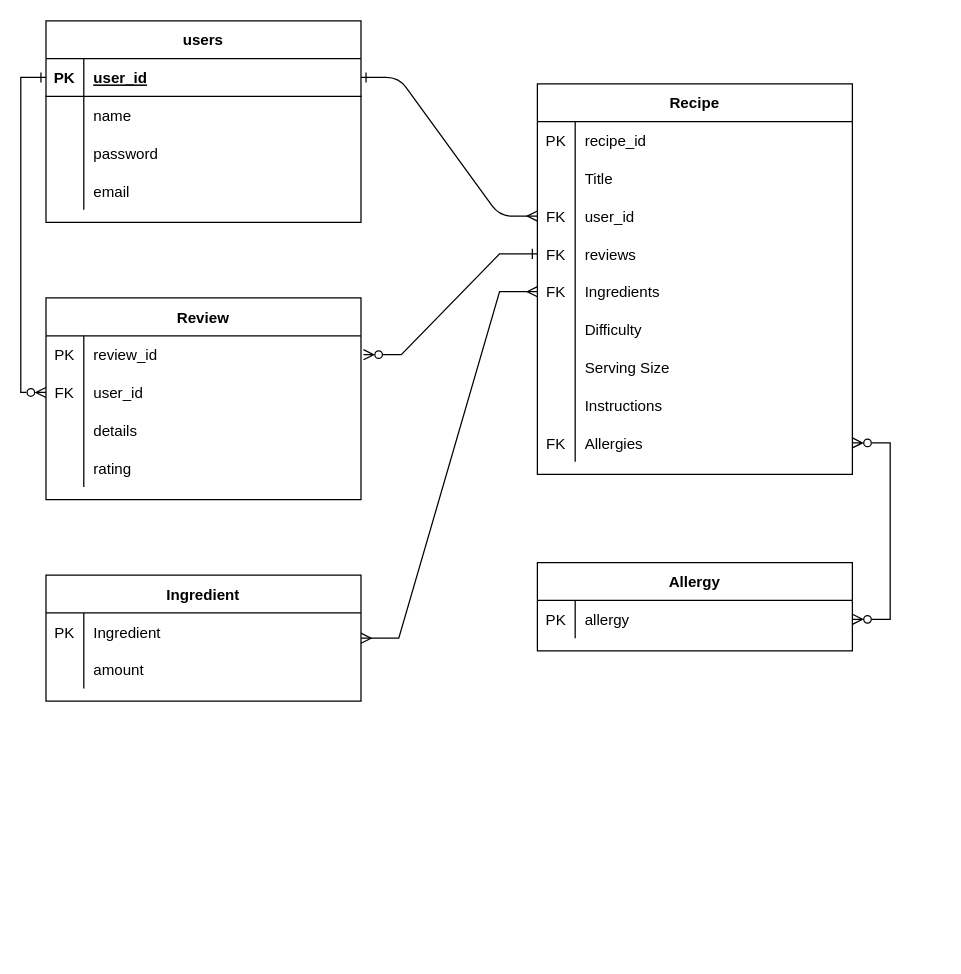
Above: Recipe_api.drawio in BenDavies1218/BenjaminDavies_T2A2 (draw.io), before the change. Source tidied: cells renumbered, new cells numbered last; positions are measured from the earlier drawing's top-left corner, leaving out a move shared by most shapes. Both pictures are drawn from the tidied source at 126%, with x=0, y=0 at pixel (45, 20).
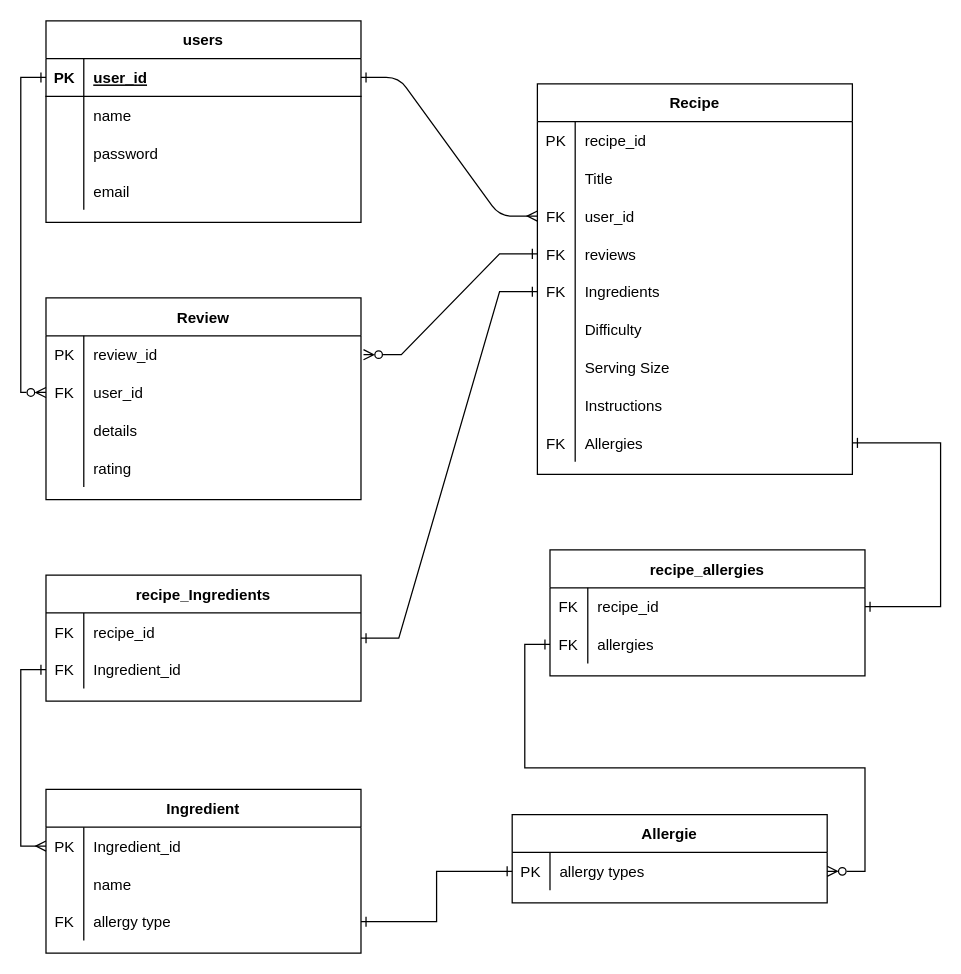
After the change.

The change refers to these unchanged cells:
```xml
<mxCell id="16" style="shape=partialRectangle;fillColor=none;points=[[0,0.5],[1,0.5]];portConstraint=eastwest;top=0;left=0;right=0;bottom=0;" parent="3" vertex="1">
  <mxGeometry y="150" width="250" height="30" as="geometry" />
</mxCell>
<mxCell id="28" style="shape=partialRectangle;fillColor=none;points=[[0,0.5],[1,0.5]];portConstraint=eastwest;top=0;left=0;right=0;bottom=0;" parent="3" vertex="1">
  <mxGeometry y="270" width="250" height="30" as="geometry" />
</mxCell>
<mxCell id="46" style="shape=partialRectangle;fillColor=none;top=0;left=0;right=0;bottom=0;" parent="45" vertex="1">
  <mxGeometry y="30" width="250" height="30" as="geometry" />
</mxCell>
<mxCell id="49" style="shape=partialRectangle;fillColor=none;points=[[0,0.5],[1,0.5]];portConstraint=eastwest;top=0;left=0;right=0;bottom=0;" parent="45" vertex="1">
  <mxGeometry y="60" width="250" height="30" as="geometry" />
</mxCell>
```

What changed in the source:
```diff
@@
-    <mxCell id="44" style="edgeStyle=entityRelationEdgeStyle;rounded=0;jettySize=auto;html=1;entryX=0;entryY=0.5;entryDx=0;entryDy=0;startArrow=ERmany;startFill=0;endArrow=ERmany;endFill=0;" parent="1" edge="1" source="45" target="16">
+    <mxCell id="44" style="edgeStyle=entityRelationEdgeStyle;rounded=0;jettySize=auto;html=1;entryX=0;entryY=0.5;entryDx=0;entryDy=0;startArrow=ERone;startFill=0;endArrow=ERone;endFill=0;" parent="1" edge="1" source="45" target="16">
       <mxGeometry relative="1" as="geometry" />
     </mxCell>
-    <mxCell id="45" value="Ingredient" style="shape=table;startSize=30;childLayout=tableLayout;rowLines=0;fontStyle=1;align=center;" parent="1" vertex="1">
+    <mxCell id="45" value="recipe_Ingredients" style="shape=table;startSize=30;childLayout=tableLayout;rowLines=0;fontStyle=1;align=center;" parent="1" vertex="1">
       <mxGeometry y="440" width="250" height="100" as="geometry" />
     </mxCell>
@@
-    <mxCell id="47" value="PK" style="shape=partialRectangle;overflow=hidden;fillColor=none;top=0;left=0;bottom=0;right=0;" parent="46" vertex="1">
+    <mxCell id="47" value="FK" style="shape=partialRectangle;overflow=hidden;fillColor=none;top=0;left=0;bottom=0;right=0;" parent="46" vertex="1">
       <mxGeometry width="30" height="30" as="geometry" />
     </mxCell>
-    <mxCell id="48" value="Ingredient" style="shape=partialRectangle;overflow=hidden;fillColor=none;top=0;left=0;bottom=0;right=0;align=left;spacingLeft=6;" parent="46" vertex="1">
+    <mxCell id="48" value="recipe_id" style="shape=partialRectangle;overflow=hidden;fillColor=none;top=0;left=0;bottom=0;right=0;align=left;spacingLeft=6;" parent="46" vertex="1">
       <mxGeometry x="30" width="220" height="30" as="geometry" />
     </mxCell>
@@
-    <mxCell id="50" style="shape=partialRectangle;overflow=hidden;fillColor=none;top=0;left=0;bottom=0;right=0;" parent="49" vertex="1">
+    <mxCell id="50" value="FK" style="shape=partialRectangle;overflow=hidden;fillColor=none;top=0;left=0;bottom=0;right=0;" parent="49" vertex="1">
       <mxGeometry width="30" height="30" as="geometry" />
     </mxCell>
-    <mxCell id="51" value="amount" style="shape=partialRectangle;overflow=hidden;fillColor=none;top=0;left=0;bottom=0;right=0;align=left;spacingLeft=6;" parent="49" vertex="1">
+    <mxCell id="51" value="Ingredient_id" style="shape=partialRectangle;overflow=hidden;fillColor=none;top=0;left=0;bottom=0;right=0;align=left;spacingLeft=6;" parent="49" vertex="1">
       <mxGeometry x="30" width="220" height="30" as="geometry" />
     </mxCell>
@@
-    <mxCell id="67" value="Allergy" style="shape=table;startSize=30;childLayout=tableLayout;rowLines=0;fontStyle=1;align=center;" parent="1" vertex="1">
-      <mxGeometry x="390" y="430" width="250" height="70" as="geometry" />
+    <mxCell id="67" value="Allergie" style="shape=table;startSize=30;childLayout=tableLayout;rowLines=0;fontStyle=1;align=center;" parent="1" vertex="1">
+      <mxGeometry x="370" y="630" width="250" height="70" as="geometry" />
     </mxCell>
-    <mxCell id="68" style="shape=partialRectangle;fillColor=none;points=[[0,0.5],[1,0.5]];portConstraint=eastwest;top=0;left=0;right=0;bottom=0;" parent="67" vertex="1">
-      <mxGeometry y="30" width="250" height="30" as="geometry" />
-    </mxCell>
-    <mxCell id="69" value="PK" style="shape=partialRectangle;overflow=hidden;fillColor=none;top=0;left=0;bottom=0;right=0;" parent="68" vertex="1">
-      <mxGeometry width="30" height="30" as="geometry" />
-    </mxCell>
-    <mxCell id="70" value="allergy" style="shape=partialRectangle;overflow=hidden;fillColor=none;top=0;left=0;bottom=0;right=0;align=left;spacingLeft=6;" parent="68" vertex="1">
-      <mxGeometry x="30" width="220" height="30" as="geometry" />
-    </mxCell>
-    <mxCell id="71" style="edgeStyle=entityRelationEdgeStyle;rounded=0;jettySize=auto;html=1;entryX=1;entryY=0.5;entryDx=0;entryDy=0;startArrow=ERzeroToMany;startFill=0;endArrow=ERzeroToMany;endFill=0;" parent="1" edge="1" source="28" target="68">
-      <mxGeometry relative="1" as="geometry" />
-    </mxCell>
+    <mxCell id="72" style="shape=partialRectangle;fillColor=none;points=[[0,0.5],[1,0.5]];portConstraint=eastwest;top=0;left=0;right=0;bottom=0;" parent="67" vertex="1">
+      <mxGeometry y="30" width="250" height="30" as="geometry" />
+    </mxCell>
+    <mxCell id="73" value="PK" style="shape=partialRectangle;overflow=hidden;fillColor=none;top=0;left=0;bottom=0;right=0;" parent="72" vertex="1">
+      <mxGeometry width="30" height="30" as="geometry" />
+    </mxCell>
+    <mxCell id="74" value="allergy types" style="shape=partialRectangle;overflow=hidden;fillColor=none;top=0;left=0;bottom=0;right=0;align=left;spacingLeft=6;" parent="72" vertex="1">
+      <mxGeometry x="30" width="220" height="30" as="geometry" />
+    </mxCell>
+    <mxCell id="75" value="recipe_allergies" style="shape=table;startSize=30;childLayout=tableLayout;rowLines=0;fontStyle=1;align=center;" parent="1" vertex="1">
+      <mxGeometry x="400" y="420" width="250" height="100" as="geometry" />
+    </mxCell>
+    <mxCell id="76" style="shape=partialRectangle;fillColor=none;points=[[0,0.5],[1,0.5]];portConstraint=eastwest;top=0;left=0;right=0;bottom=0;" parent="75" vertex="1">
+      <mxGeometry y="30" width="250" height="30" as="geometry" />
+    </mxCell>
+    <mxCell id="77" value="FK" style="shape=partialRectangle;overflow=hidden;fillColor=none;top=0;left=0;bottom=0;right=0;" parent="76" vertex="1">
+      <mxGeometry width="30" height="30" as="geometry" />
+    </mxCell>
+    <mxCell id="78" value="recipe_id" style="shape=partialRectangle;overflow=hidden;fillColor=none;top=0;left=0;bottom=0;right=0;align=left;spacingLeft=6;" parent="76" vertex="1">
+      <mxGeometry x="30" width="220" height="30" as="geometry" />
+    </mxCell>
+    <mxCell id="79" style="shape=partialRectangle;fillColor=none;points=[[0,0.5],[1,0.5]];portConstraint=eastwest;top=0;left=0;right=0;bottom=0;" parent="75" vertex="1">
+      <mxGeometry y="60" width="250" height="30" as="geometry" />
+    </mxCell>
+    <mxCell id="80" value="FK" style="shape=partialRectangle;overflow=hidden;fillColor=none;top=0;left=0;bottom=0;right=0;" parent="79" vertex="1">
+      <mxGeometry width="30" height="30" as="geometry" />
+    </mxCell>
+    <mxCell id="81" value="allergies" style="shape=partialRectangle;overflow=hidden;fillColor=none;top=0;left=0;bottom=0;right=0;align=left;spacingLeft=6;" parent="79" vertex="1">
+      <mxGeometry x="30" width="220" height="30" as="geometry" />
+    </mxCell>
+    <mxCell id="82" style="edgeStyle=orthogonalEdgeStyle;rounded=0;jettySize=auto;html=1;entryX=1;entryY=0.5;entryDx=0;entryDy=0;exitX=1;exitY=0.5;exitDx=0;exitDy=0;startArrow=ERone;startFill=0;endArrow=ERone;endFill=0;" parent="1" edge="1" source="28" target="76">
+      <mxGeometry relative="1" as="geometry">
+        <Array as="points">
+          <mxPoint x="710" y="335" />
+          <mxPoint x="710" y="465" />
+        </Array>
+      </mxGeometry>
+    </mxCell>
+    <mxCell id="83" style="edgeStyle=orthogonalEdgeStyle;rounded=0;jettySize=auto;html=1;entryX=0;entryY=0.5;entryDx=0;entryDy=0;startArrow=ERzeroToMany;startFill=0;endArrow=ERone;endFill=0;" parent="1" edge="1" target="79">
+      <mxGeometry relative="1" as="geometry">
+        <mxPoint x="620" y="675" as="sourcePoint" />
+        <Array as="points">
+          <mxPoint x="650" y="675" />
+          <mxPoint x="650" y="593" />
+          <mxPoint x="380" y="593" />
+          <mxPoint x="380" y="495" />
+        </Array>
+      </mxGeometry>
+    </mxCell>
+    <mxCell id="84" value="Ingredient" style="shape=table;startSize=30;childLayout=tableLayout;rowLines=0;fontStyle=1;align=center;" parent="1" vertex="1">
+      <mxGeometry y="610" width="250" height="130" as="geometry" />
+    </mxCell>
+    <mxCell id="85" style="shape=partialRectangle;fillColor=none;points=[[0,0.5],[1,0.5]];portConstraint=eastwest;top=0;left=0;right=0;bottom=0;" parent="84" vertex="1">
+      <mxGeometry y="30" width="250" height="30" as="geometry" />
+    </mxCell>
+    <mxCell id="86" value="PK" style="shape=partialRectangle;overflow=hidden;fillColor=none;top=0;left=0;bottom=0;right=0;" parent="85" vertex="1">
+      <mxGeometry width="30" height="30" as="geometry" />
+    </mxCell>
+    <mxCell id="87" value="Ingredient_id" style="shape=partialRectangle;overflow=hidden;fillColor=none;top=0;left=0;bottom=0;right=0;align=left;spacingLeft=6;" parent="85" vertex="1">
+      <mxGeometry x="30" width="220" height="30" as="geometry" />
+    </mxCell>
+    <mxCell id="88" style="shape=partialRectangle;fillColor=none;top=0;left=0;right=0;bottom=0;" parent="84" vertex="1">
+      <mxGeometry y="60" width="250" height="30" as="geometry" />
+    </mxCell>
+    <mxCell id="89" style="shape=partialRectangle;overflow=hidden;fillColor=none;top=0;left=0;bottom=0;right=0;" parent="88" vertex="1">
+      <mxGeometry width="30" height="30" as="geometry" />
+    </mxCell>
+    <mxCell id="90" value="name" style="shape=partialRectangle;overflow=hidden;fillColor=none;top=0;left=0;bottom=0;right=0;align=left;spacingLeft=6;" parent="88" vertex="1">
+      <mxGeometry x="30" width="220" height="30" as="geometry" />
+    </mxCell>
+    <mxCell id="91" style="shape=partialRectangle;fillColor=none;points=[[0,0.5],[1,0.5]];portConstraint=eastwest;top=0;left=0;right=0;bottom=0;" parent="84" vertex="1">
+      <mxGeometry y="90" width="250" height="30" as="geometry" />
+    </mxCell>
+    <mxCell id="92" value="FK" style="shape=partialRectangle;overflow=hidden;fillColor=none;top=0;left=0;bottom=0;right=0;" parent="91" vertex="1">
+      <mxGeometry width="30" height="30" as="geometry" />
+    </mxCell>
+    <mxCell id="93" value="allergy type" style="shape=partialRectangle;overflow=hidden;fillColor=none;top=0;left=0;bottom=0;right=0;align=left;spacingLeft=6;" parent="91" vertex="1">
+      <mxGeometry x="30" width="220" height="30" as="geometry" />
+    </mxCell>
+    <mxCell id="94" style="edgeStyle=orthogonalEdgeStyle;rounded=0;jettySize=auto;html=1;entryX=0;entryY=0.5;entryDx=0;entryDy=0;endArrow=ERone;endFill=0;startArrow=ERmany;startFill=0;" parent="1" edge="1" source="85" target="49">
+      <mxGeometry relative="1" as="geometry" />
+    </mxCell>
+    <mxCell id="95" style="edgeStyle=orthogonalEdgeStyle;rounded=0;jettySize=auto;html=1;entryX=0;entryY=0.5;entryDx=0;entryDy=0;startArrow=ERone;startFill=0;endArrow=ERone;endFill=0;" parent="1" edge="1" source="91" target="72">
+      <mxGeometry relative="1" as="geometry" />
+    </mxCell>
```
